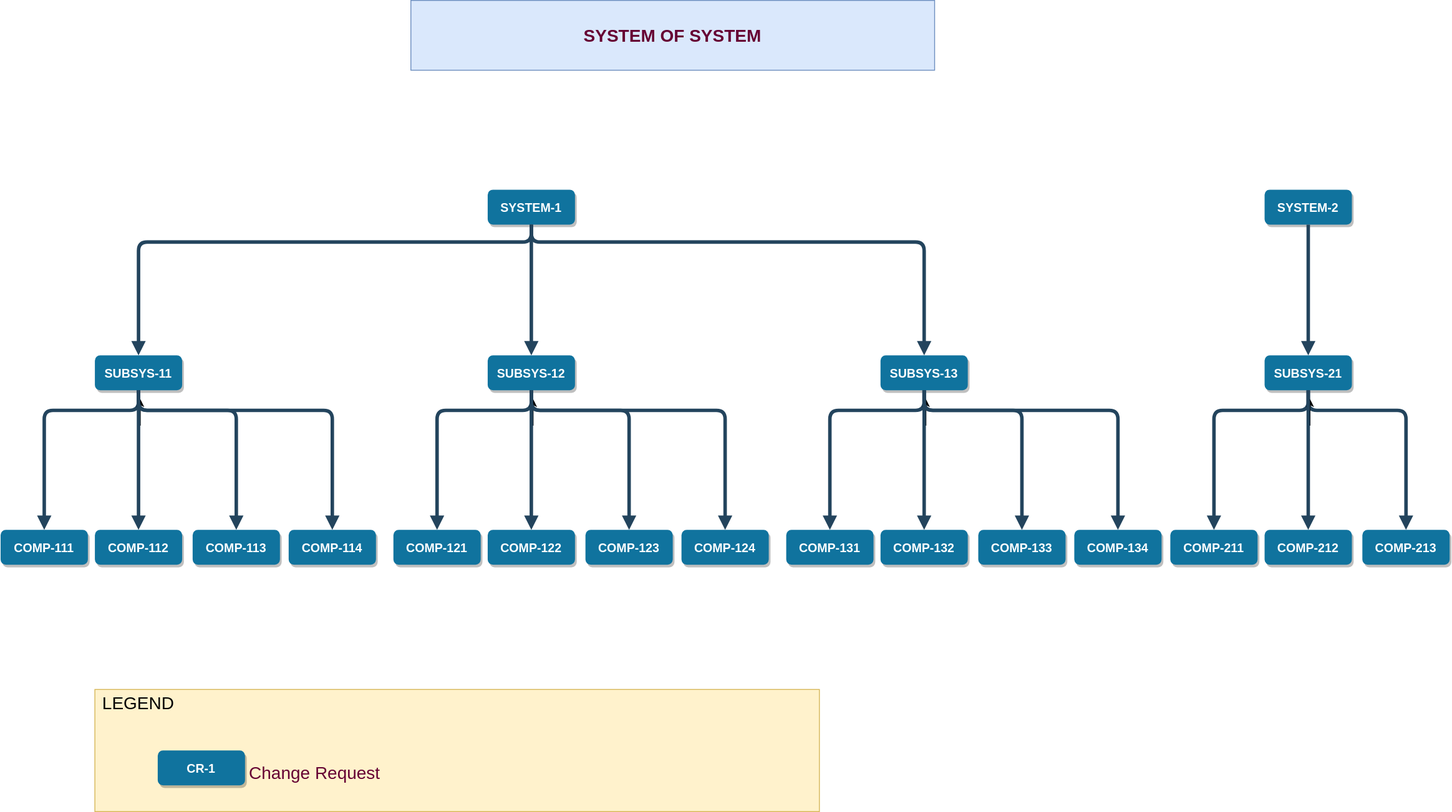
alaindelanay/drawings keeps this draw.io diagram as SOS_Rhythm2_Contributions.svg. Above is the earlier version. Source tidied: cells renumbered, new cells last; positions are measured from the earlier drawing's top-left corner, leaving out a move shared by most shapes.
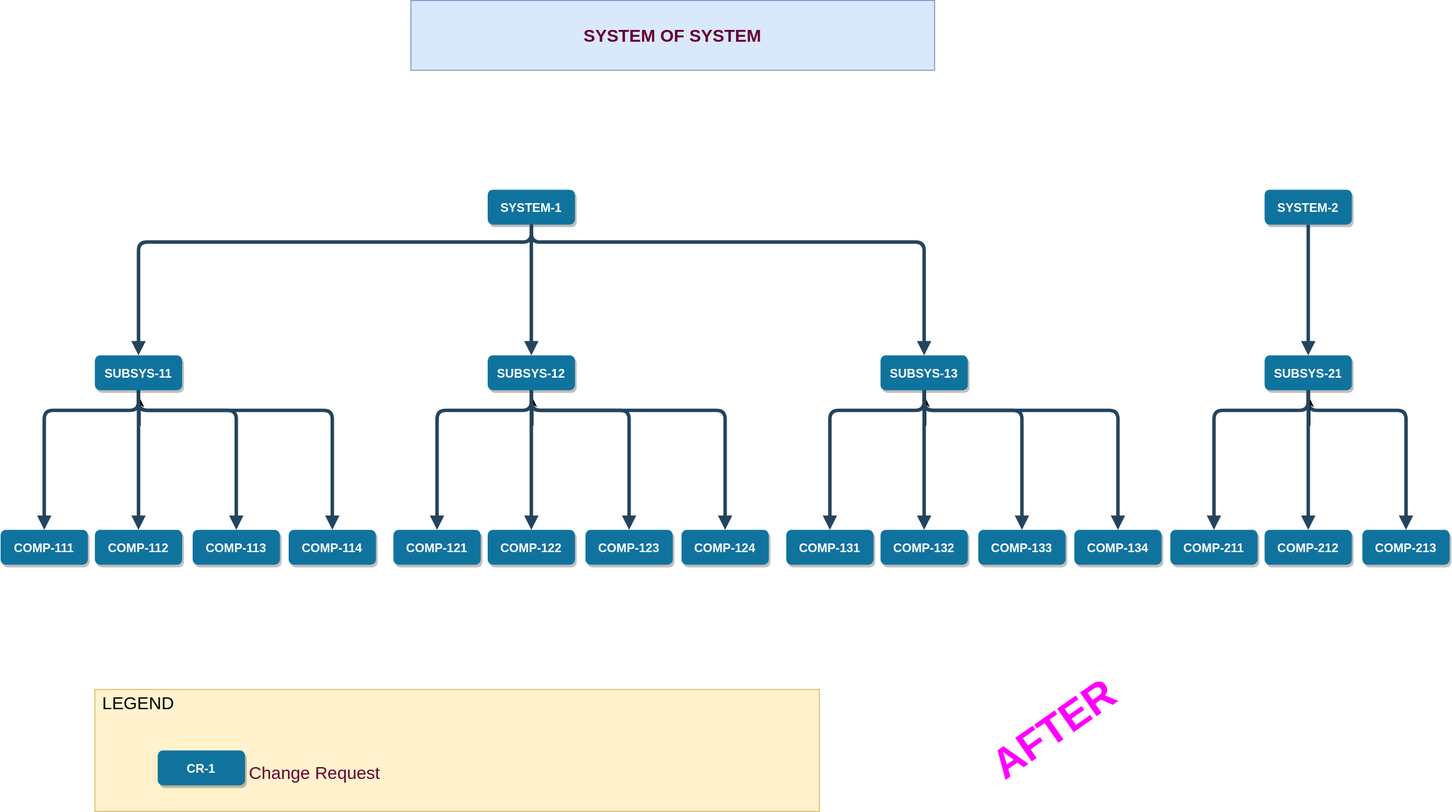
The same file after the commit.

Diff of the diagram source:
```diff
@@ -219,5 +219,8 @@
     <mxCell id="50" value="LEGEND" style="text;html=1;strokeColor=none;fillColor=none;align=center;verticalAlign=middle;whiteSpace=wrap;rounded=0;fontSize=20;fontColor=#000000;" parent="1" vertex="1">
       <mxGeometry x="128" y="790" width="60" height="30" as="geometry" />
     </mxCell>
+    <mxCell id="51" value="AFTER" style="text;html=1;strokeColor=none;fillColor=none;align=center;verticalAlign=middle;whiteSpace=wrap;rounded=0;rotation=-35;fontSize=48;fontStyle=1;fontColor=#FF00FF;" parent="1" vertex="1">
+      <mxGeometry x="1108" y="820" width="197.2" height="30" as="geometry" />
+    </mxCell>
   </root>
 </mxGraphModel>
```
